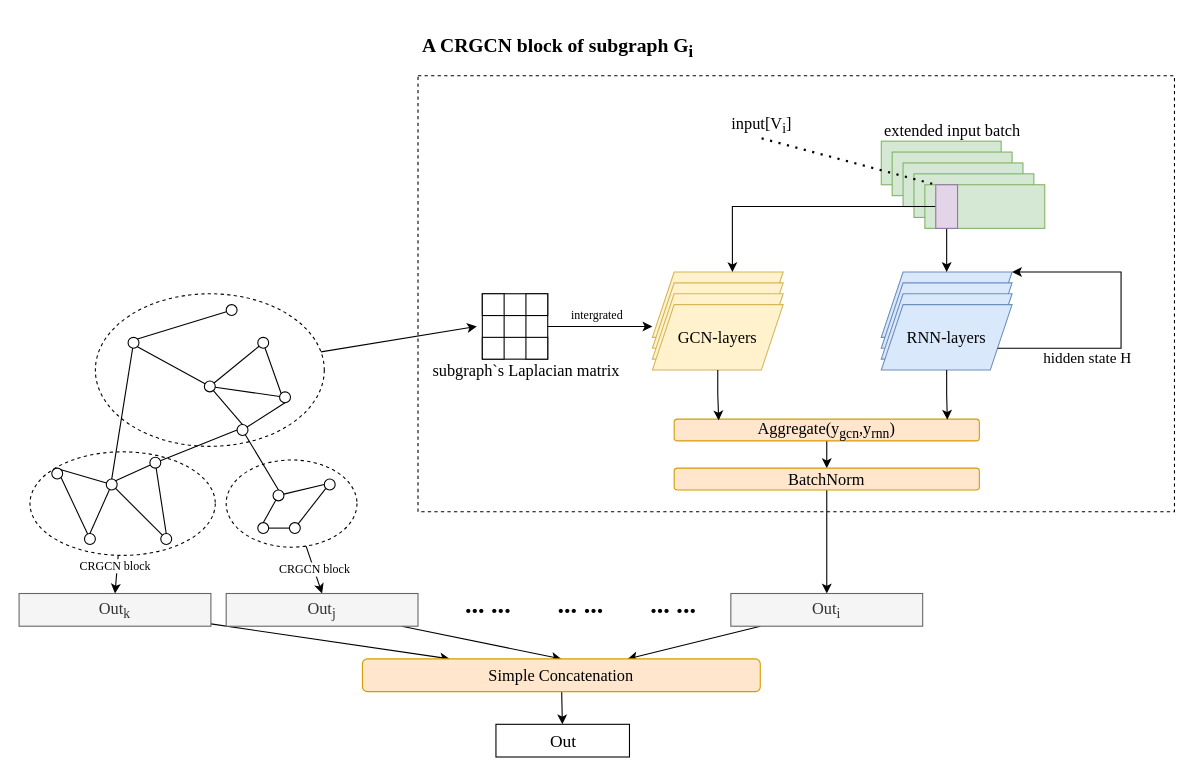
Earlier version of the draw.io diagram 神经网络.drawio (streakyPorker/drawio-diagrams). Source tidied: cells renumbered, new cells numbered last; positions are measured from the earlier drawing's top-left corner, leaving out a move shared by most shapes. Both pictures are drawn from the tidied source at 109%, with x=0, y=0 at pixel (19, 21).
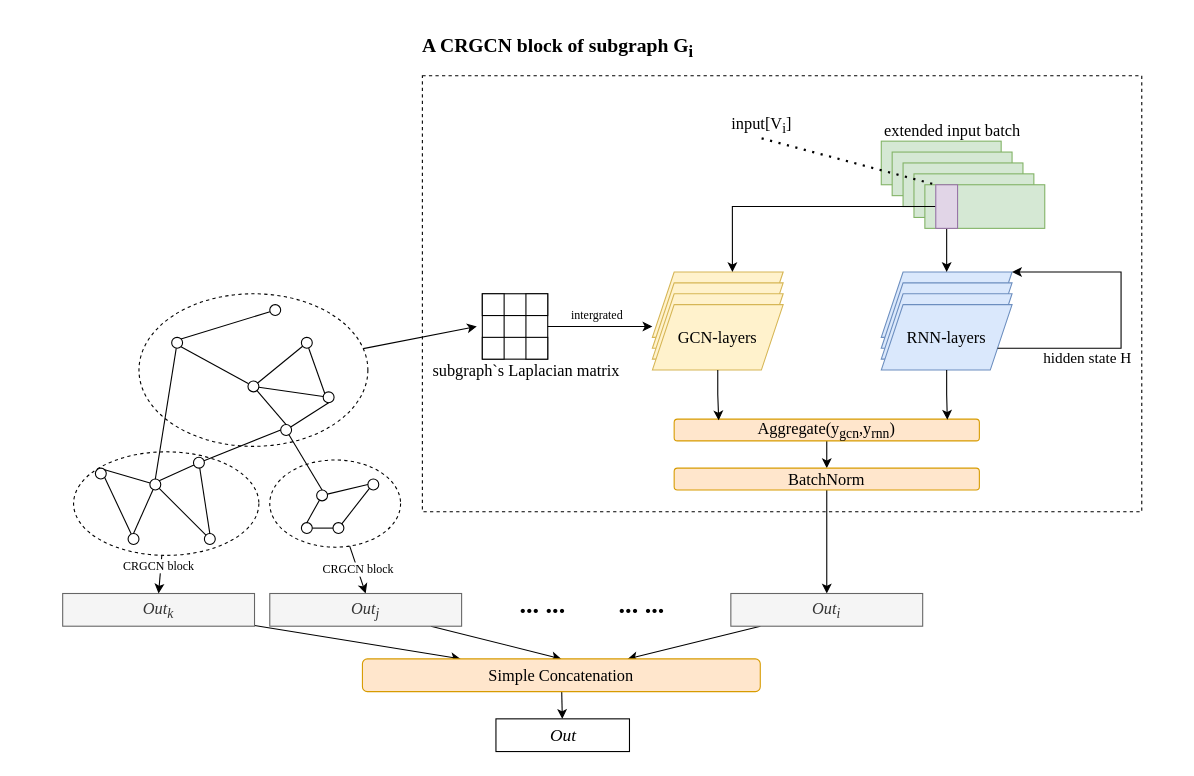
Above is the later version.

Diff of the diagram source:
```diff
@@
     <mxCell id="2" style="group;" parent="1" vertex="1">
-      <mxGeometry x="30" y="260" width="280" height="230" as="geometry" />
+      <mxGeometry x="70" y="260" width="280" height="230" as="geometry" />
     </mxCell>
@@
     <mxCell id="41" style="rounded=0;whiteSpace=wrap;html=1;dashed=1;" parent="1" vertex="1">
-      <mxGeometry x="366" y="50" width="694" height="400" as="geometry" />
+      <mxGeometry x="370" y="50" width="660" height="400" as="geometry" />
     </mxCell>
@@
-    <mxCell id="82" value="&lt;font style=&quot;font-size: 15px;&quot;&gt;Out&lt;sub&gt;i&lt;/sub&gt;&lt;/font&gt;" style="rounded=0;whiteSpace=wrap;html=1;fontFamily=Times New Roman;fillColor=#f5f5f5;fontColor=#333333;strokeColor=#666666;" parent="1" vertex="1">
+    <mxCell id="82" value="&lt;font style=&quot;font-size: 15px;&quot;&gt;&lt;i&gt;Out&lt;sub&gt;i&lt;/sub&gt;&lt;/i&gt;&lt;/font&gt;" style="rounded=0;whiteSpace=wrap;html=1;fontFamily=Times New Roman;fillColor=#f5f5f5;fontColor=#333333;strokeColor=#666666;" parent="1" vertex="1">
       <mxGeometry x="653" y="525" width="176" height="30" as="geometry" />
     </mxCell>
@@
-    <mxCell id="85" value="&lt;font style=&quot;font-size: 15px;&quot;&gt;Out&lt;sub&gt;k&lt;/sub&gt;&lt;/font&gt;" style="rounded=0;whiteSpace=wrap;html=1;fontFamily=Times New Roman;fillColor=#f5f5f5;fontColor=#333333;strokeColor=#666666;" parent="1" vertex="1">
-      <mxGeometry y="525" width="176" height="30" as="geometry" />
+    <mxCell id="85" value="&lt;font style=&quot;font-size: 15px;&quot;&gt;&lt;i&gt;Out&lt;sub&gt;k&lt;/sub&gt;&lt;/i&gt;&lt;/font&gt;" style="rounded=0;whiteSpace=wrap;html=1;fontFamily=Times New Roman;fillColor=#f5f5f5;fontColor=#333333;strokeColor=#666666;" parent="1" vertex="1">
+      <mxGeometry x="40" y="525" width="176" height="30" as="geometry" />
     </mxCell>
@@
-    <mxCell id="87" value="&lt;font style=&quot;font-size: 15px;&quot;&gt;Out&lt;sub style=&quot;&quot;&gt;j&lt;/sub&gt;&lt;/font&gt;" style="rounded=0;whiteSpace=wrap;html=1;fontFamily=Times New Roman;fillColor=#f5f5f5;fontColor=#333333;strokeColor=#666666;" parent="1" vertex="1">
-      <mxGeometry x="190" y="525" width="176" height="30" as="geometry" />
+    <mxCell id="87" value="&lt;font style=&quot;font-size: 15px;&quot;&gt;&lt;i&gt;Out&lt;sub style=&quot;&quot;&gt;j&lt;/sub&gt;&lt;/i&gt;&lt;/font&gt;" style="rounded=0;whiteSpace=wrap;html=1;fontFamily=Times New Roman;fillColor=#f5f5f5;fontColor=#333333;strokeColor=#666666;" parent="1" vertex="1">
+      <mxGeometry x="230" y="525" width="176" height="30" as="geometry" />
     </mxCell>
@@
     <mxCell id="89" value="&lt;h1&gt;... ...&lt;/h1&gt;" style="text;html=1;align=center;verticalAlign=middle;strokeColor=none;fillColor=none;fontFamily=Times New Roman;" parent="1" vertex="1">
-      <mxGeometry x="485" y="510" width="60" height="50" as="geometry" />
+      <mxGeometry x="541" y="510" width="60" height="50" as="geometry" />
     </mxCell>
     <mxCell id="90" value="&lt;h1&gt;... ...&lt;/h1&gt;" style="text;html=1;align=center;verticalAlign=middle;strokeColor=none;fillColor=none;fontFamily=Times New Roman;" parent="1" vertex="1">
-      <mxGeometry x="400" y="510" width="60" height="50" as="geometry" />
+      <mxGeometry x="450" y="510" width="60" height="50" as="geometry" />
     </mxCell>
-    <mxCell id="91" value="&lt;h1&gt;... ...&lt;/h1&gt;" style="text;html=1;align=center;verticalAlign=middle;strokeColor=none;fillColor=none;fontFamily=Times New Roman;" parent="1" vertex="1">
-      <mxGeometry x="570" y="510" width="60" height="50" as="geometry" />
-    </mxCell>
@@
-    <mxCell id="94" value="&lt;font style=&quot;font-size: 16px;&quot;&gt;Out&lt;/font&gt;" style="rounded=0;whiteSpace=wrap;html=1;fontFamily=Times New Roman;fontSize=13;" parent="1" vertex="1">
-      <mxGeometry x="437.5" y="645" width="122.5" height="30" as="geometry" />
+    <mxCell id="94" value="&lt;font style=&quot;font-size: 16px;&quot;&gt;&lt;i&gt;Out&lt;/i&gt;&lt;/font&gt;" style="rounded=0;whiteSpace=wrap;html=1;fontFamily=Times New Roman;fontSize=13;" parent="1" vertex="1">
+      <mxGeometry x="437.5" y="640" width="122.5" height="30" as="geometry" />
     </mxCell>
```
